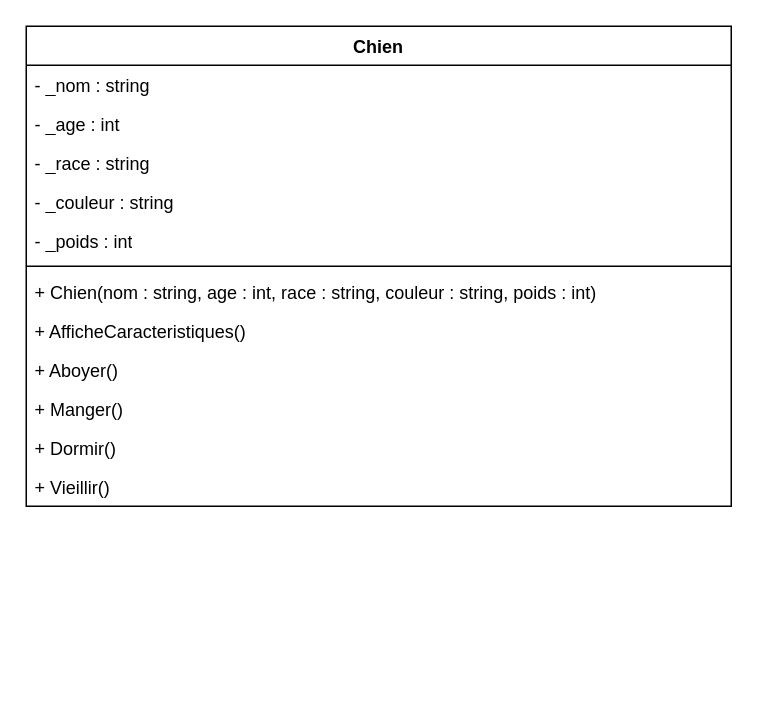
Earlier version of the draw.io diagram 6TTI_DPMAEL_POO/Diagramme_UML_Chien.drawio (mgamsdve/6TTI_DayaniPoty_Mael-UAA14). Source tidied: cells renumbered, new cells numbered last; positions are measured from the earlier drawing's top-left corner, leaving out a move shared by most shapes. Both pictures are drawn from the tidied source at 150%, with x=0, y=0 at pixel (26, 26).
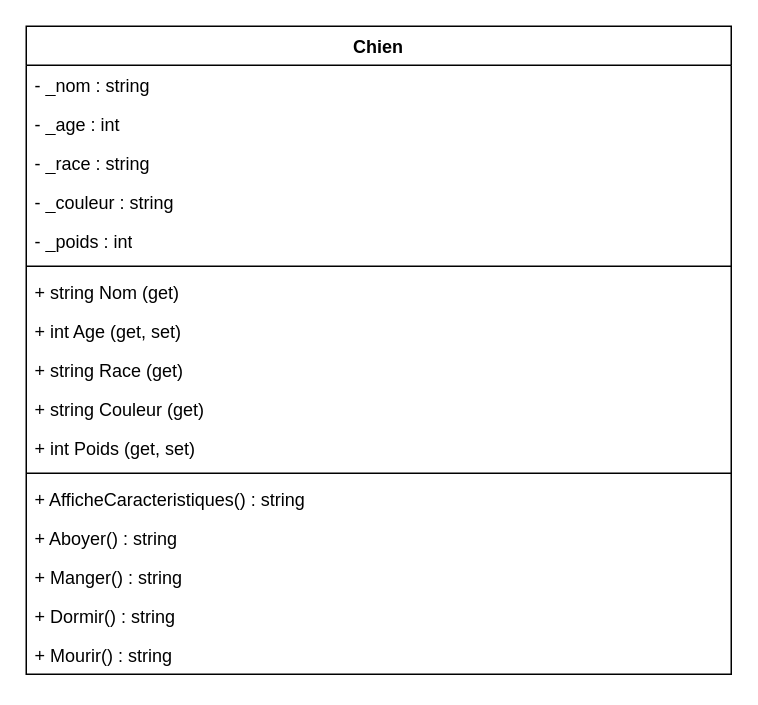
The same page after the edit.

The edit, as a diff of the source:
```diff
@@
 <mxGraphModel>
   <root>
     <mxCell id="0" />
     <mxCell id="1" parent="0" />
     <mxCell id="2" value="Chien" style="swimlane;fontStyle=1;align=center;verticalAlign=top;horizontal=1;startSize=26;whiteSpace=wrap;html=1;" parent="1" vertex="1">
-      <mxGeometry width="470" height="320" as="geometry" />
+      <mxGeometry width="470" height="432" as="geometry" />
     </mxCell>
     <mxCell id="3" value="- _nom : string" style="text;strokeColor=none;fillColor=none;align=left;verticalAlign=top;spacingLeft=4;spacingRight=4;overflow=hidden;whiteSpace=wrap;html=1;" parent="2" vertex="1">
       <mxGeometry y="26" width="470" height="26" as="geometry" />
     </mxCell>
     <mxCell id="4" value="- _age : int" style="text;strokeColor=none;fillColor=none;align=left;verticalAlign=top;spacingLeft=4;spacingRight=4;overflow=hidden;whiteSpace=wrap;html=1;" parent="2" vertex="1">
       <mxGeometry y="52" width="470" height="26" as="geometry" />
     </mxCell>
     <mxCell id="5" value="- _race : string" style="text;strokeColor=none;fillColor=none;align=left;verticalAlign=top;spacingLeft=4;spacingRight=4;overflow=hidden;whiteSpace=wrap;html=1;" parent="2" vertex="1">
       <mxGeometry y="78" width="470" height="26" as="geometry" />
     </mxCell>
     <mxCell id="6" value="- _couleur : string" style="text;strokeColor=none;fillColor=none;align=left;verticalAlign=top;spacingLeft=4;spacingRight=4;overflow=hidden;whiteSpace=wrap;html=1;" parent="2" vertex="1">
       <mxGeometry y="104" width="470" height="26" as="geometry" />
     </mxCell>
+    <mxCell id="15" value="- _poids : int" style="text;strokeColor=none;fillColor=none;align=left;verticalAlign=top;spacingLeft=4;spacingRight=4;overflow=hidden;whiteSpace=wrap;html=1;" parent="2" vertex="1">
+      <mxGeometry y="130" width="470" height="26" as="geometry" />
+    </mxCell>
+    <mxCell id="16" style="line;strokeWidth=1;fillColor=none;align=left;verticalAlign=middle;spacingTop=-1;spacingLeft=3;spacingRight=3;labelPosition=right;strokeColor=inherit;" parent="2" vertex="1">
+      <mxGeometry y="156" width="470" height="8" as="geometry" />
+    </mxCell>
+    <mxCell id="17" value="+ string Nom (get)" style="text;strokeColor=none;fillColor=none;align=left;verticalAlign=top;spacingLeft=4;spacingRight=4;overflow=hidden;whiteSpace=wrap;html=1;" parent="2" vertex="1">
+      <mxGeometry y="164" width="470" height="26" as="geometry" />
+    </mxCell>
+    <mxCell id="18" value="+ int Age (get, set)" style="text;strokeColor=none;fillColor=none;align=left;verticalAlign=top;spacingLeft=4;spacingRight=4;overflow=hidden;whiteSpace=wrap;html=1;" parent="2" vertex="1">
+      <mxGeometry y="190" width="470" height="26" as="geometry" />
+    </mxCell>
+    <mxCell id="19" value="+ string Race (get)" style="text;strokeColor=none;fillColor=none;align=left;verticalAlign=top;spacingLeft=4;spacingRight=4;overflow=hidden;whiteSpace=wrap;html=1;" parent="2" vertex="1">
+      <mxGeometry y="216" width="470" height="26" as="geometry" />
+    </mxCell>
+    <mxCell id="20" value="+ string Couleur (get)" style="text;strokeColor=none;fillColor=none;align=left;verticalAlign=top;spacingLeft=4;spacingRight=4;overflow=hidden;whiteSpace=wrap;html=1;" parent="2" vertex="1">
+      <mxGeometry y="242" width="470" height="26" as="geometry" />
+    </mxCell>
-    <mxCell id="7" value="- _poids : int" style="text;strokeColor=none;fillColor=none;align=left;verticalAlign=top;spacingLeft=4;spacingRight=4;overflow=hidden;whiteSpace=wrap;html=1;" parent="2" vertex="1">
-      <mxGeometry y="130" width="470" height="26" as="geometry" />
+    <mxCell id="7" value="+ int Poids (get, set)" style="text;strokeColor=none;fillColor=none;align=left;verticalAlign=top;spacingLeft=4;spacingRight=4;overflow=hidden;whiteSpace=wrap;html=1;" parent="2" vertex="1">
+      <mxGeometry y="268" width="470" height="26" as="geometry" />
     </mxCell>
     <mxCell id="8" style="line;strokeWidth=1;fillColor=none;align=left;verticalAlign=middle;spacingTop=-1;spacingLeft=3;spacingRight=3;labelPosition=right;strokeColor=inherit;" parent="2" vertex="1">
-      <mxGeometry y="156" width="470" height="8" as="geometry" />
+      <mxGeometry y="294" width="470" height="8" as="geometry" />
     </mxCell>
-    <mxCell id="9" value="+ Chien(nom : string, age : int, race : string, couleur : string, poids : int)" style="text;strokeColor=none;fillColor=none;align=left;verticalAlign=top;spacingLeft=4;spacingRight=4;overflow=hidden;whiteSpace=wrap;html=1;" parent="2" vertex="1">
-      <mxGeometry y="164" width="470" height="26" as="geometry" />
-    </mxCell>
-    <mxCell id="10" value="+ AfficheCaracteristiques()" style="text;strokeColor=none;fillColor=none;align=left;verticalAlign=top;spacingLeft=4;spacingRight=4;overflow=hidden;whiteSpace=wrap;html=1;" parent="2" vertex="1">
-      <mxGeometry y="190" width="470" height="26" as="geometry" />
+    <mxCell id="10" value="+ AfficheCaracteristiques() : string" style="text;strokeColor=none;fillColor=none;align=left;verticalAlign=top;spacingLeft=4;spacingRight=4;overflow=hidden;whiteSpace=wrap;html=1;" parent="2" vertex="1">
+      <mxGeometry y="302" width="470" height="26" as="geometry" />
     </mxCell>
-    <mxCell id="11" value="+ Aboyer()" style="text;strokeColor=none;fillColor=none;align=left;verticalAlign=top;spacingLeft=4;spacingRight=4;overflow=hidden;whiteSpace=wrap;html=1;" parent="2" vertex="1">
-      <mxGeometry y="216" width="470" height="26" as="geometry" />
+    <mxCell id="11" value="+ Aboyer() : string" style="text;strokeColor=none;fillColor=none;align=left;verticalAlign=top;spacingLeft=4;spacingRight=4;overflow=hidden;whiteSpace=wrap;html=1;" parent="2" vertex="1">
+      <mxGeometry y="328" width="470" height="26" as="geometry" />
     </mxCell>
-    <mxCell id="12" value="+ Manger()" style="text;strokeColor=none;fillColor=none;align=left;verticalAlign=top;spacingLeft=4;spacingRight=4;overflow=hidden;whiteSpace=wrap;html=1;" parent="2" vertex="1">
-      <mxGeometry y="242" width="470" height="26" as="geometry" />
+    <mxCell id="12" value="+ Manger() : string" style="text;strokeColor=none;fillColor=none;align=left;verticalAlign=top;spacingLeft=4;spacingRight=4;overflow=hidden;whiteSpace=wrap;html=1;" parent="2" vertex="1">
+      <mxGeometry y="354" width="470" height="26" as="geometry" />
     </mxCell>
-    <mxCell id="13" value="+ Dormir()" style="text;strokeColor=none;fillColor=none;align=left;verticalAlign=top;spacingLeft=4;spacingRight=4;overflow=hidden;whiteSpace=wrap;html=1;" parent="2" vertex="1">
-      <mxGeometry y="268" width="470" height="26" as="geometry" />
+    <mxCell id="13" value="+ Dormir() : string" style="text;strokeColor=none;fillColor=none;align=left;verticalAlign=top;spacingLeft=4;spacingRight=4;overflow=hidden;whiteSpace=wrap;html=1;" parent="2" vertex="1">
+      <mxGeometry y="380" width="470" height="26" as="geometry" />
     </mxCell>
-    <mxCell id="14" value="+ Vieillir()" style="text;strokeColor=none;fillColor=none;align=left;verticalAlign=top;spacingLeft=4;spacingRight=4;overflow=hidden;whiteSpace=wrap;html=1;" parent="2" vertex="1">
-      <mxGeometry y="294" width="470" height="26" as="geometry" />
+    <mxCell id="14" value="+ Mourir() : string" style="text;strokeColor=none;fillColor=none;align=left;verticalAlign=top;spacingLeft=4;spacingRight=4;overflow=hidden;whiteSpace=wrap;html=1;" parent="2" vertex="1">
+      <mxGeometry y="406" width="470" height="26" as="geometry" />
     </mxCell>
   </root>
 </mxGraphModel>
```
